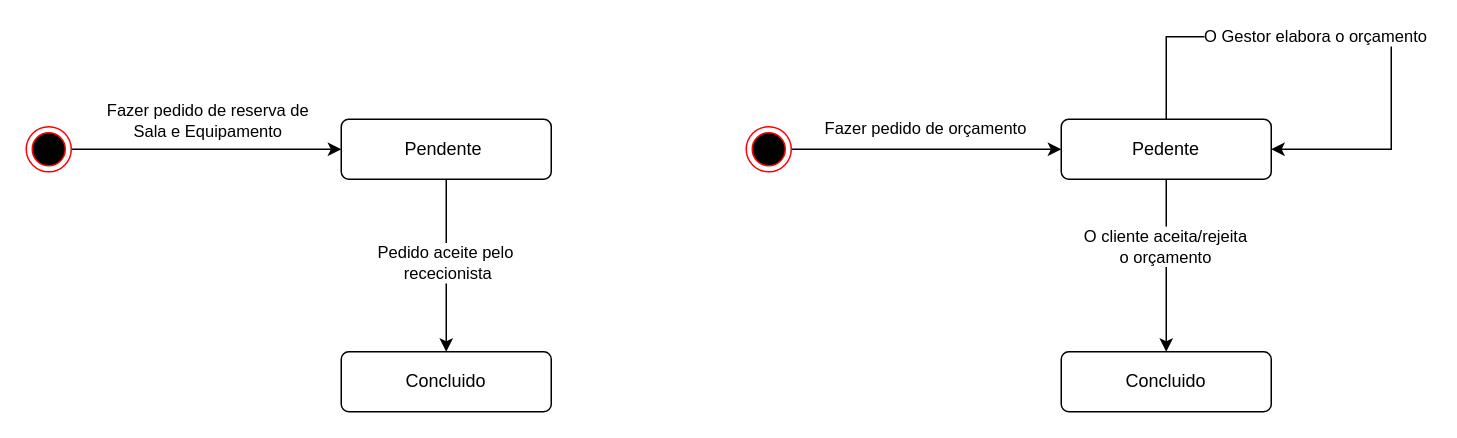
ic3K1ng/Rooms-Equipments keeps this draw.io diagram as Diagrama de Estados.drawio. Above is the earlier version. Source tidied: cells renumbered, new cells numbered last; positions are measured from the earlier drawing's top-left corner, leaving out a move shared by most shapes. Both pictures are drawn from the tidied source at 150%, with x=0, y=0 at pixel (26, 36).
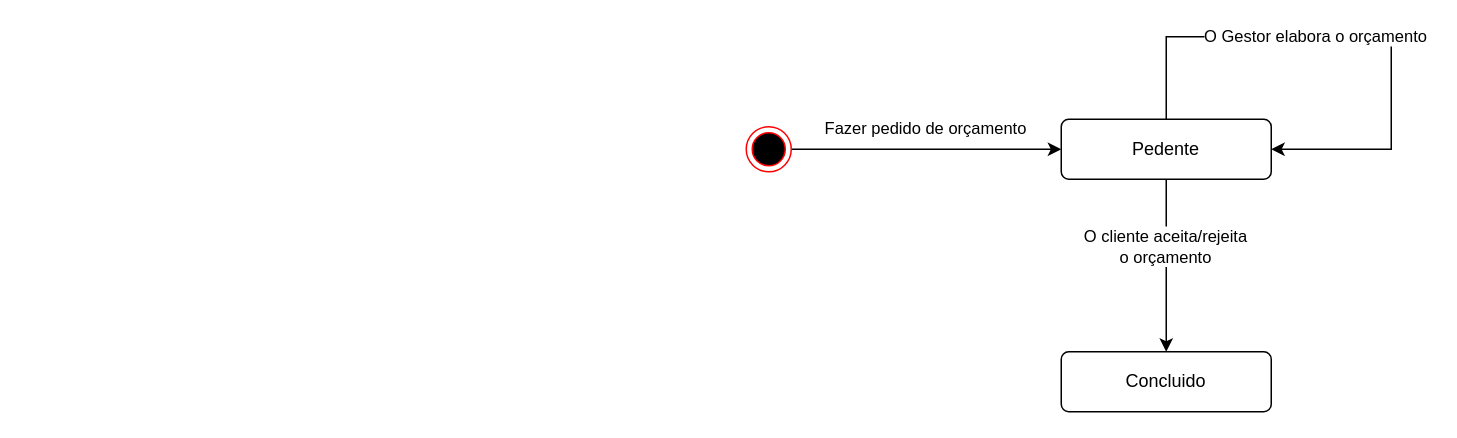
After the change.

Change to the diagram source:
```diff
@@
-    <mxCell id="2" style="edgeStyle=orthogonalEdgeStyle;rounded=0;jettySize=auto;html=1;" parent="1" edge="1" source="4" target="7">
-      <mxGeometry relative="1" as="geometry" />
-    </mxCell>
-    <mxCell id="3" value="Fazer pedido de reserva de&lt;div&gt;&amp;nbsp;Sala e Equipamento&amp;nbsp;&lt;/div&gt;" style="edgeLabel;html=1;align=center;verticalAlign=middle;" parent="2" vertex="1">
-      <mxGeometry x="-0.44" y="-1" relative="1" as="geometry">
-        <mxPoint x="40" y="-21" as="offset" />
-      </mxGeometry>
-    </mxCell>
-    <mxCell id="4" style="ellipse;html=1;shape=endState;fillColor=#000000;strokeColor=#ff0000;" parent="1" vertex="1">
-      <mxGeometry y="60" width="30" height="30" as="geometry" />
-    </mxCell>
-    <mxCell id="5" style="edgeStyle=orthogonalEdgeStyle;rounded=0;jettySize=auto;html=1;" parent="1" edge="1" source="7" target="8">
-      <mxGeometry relative="1" as="geometry" />
-    </mxCell>
-    <mxCell id="6" value="Pedido aceite pelo&amp;nbsp;&lt;div&gt;rececionista&lt;/div&gt;" style="edgeLabel;html=1;align=center;verticalAlign=middle;" parent="5" vertex="1">
-      <mxGeometry x="-0.3" relative="1" as="geometry">
-        <mxPoint y="15" as="offset" />
-      </mxGeometry>
-    </mxCell>
-    <mxCell id="7" value="Pendente&amp;nbsp;" style="html=1;align=center;verticalAlign=middle;rounded=1;absoluteArcSize=1;arcSize=10;dashed=0;whiteSpace=wrap;" parent="1" vertex="1">
-      <mxGeometry x="210" y="55" width="140" height="40" as="geometry" />
-    </mxCell>
-    <mxCell id="8" value="Concluido" style="html=1;align=center;verticalAlign=middle;rounded=1;absoluteArcSize=1;arcSize=10;dashed=0;whiteSpace=wrap;" parent="1" vertex="1">
-      <mxGeometry x="210" y="210" width="140" height="40" as="geometry" />
-    </mxCell>
```
